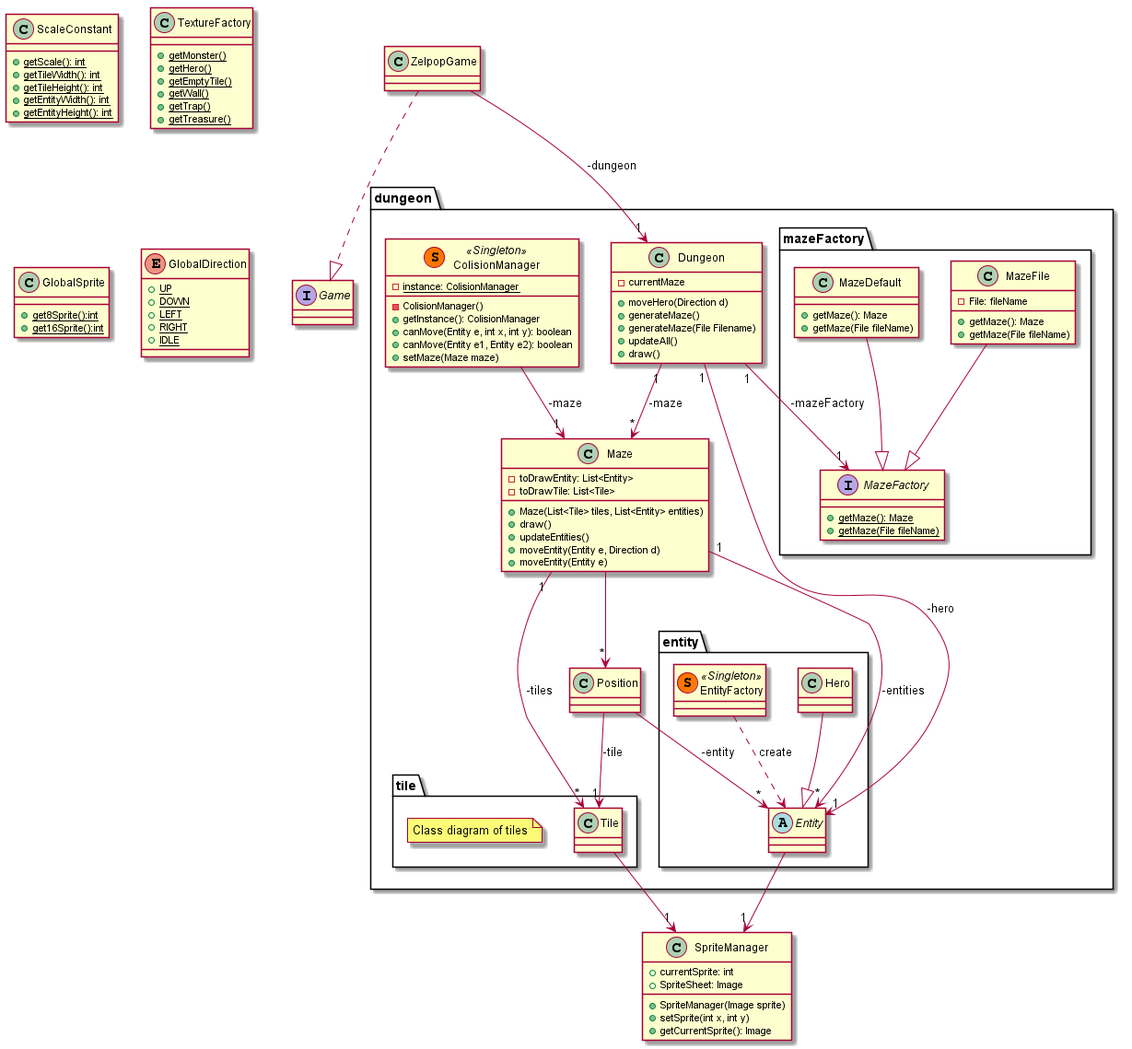
Earlier version of the PlantUML export doc/first_sprint/diagrams/class/global.png (Reynault/ACL_2019_Zelpop).
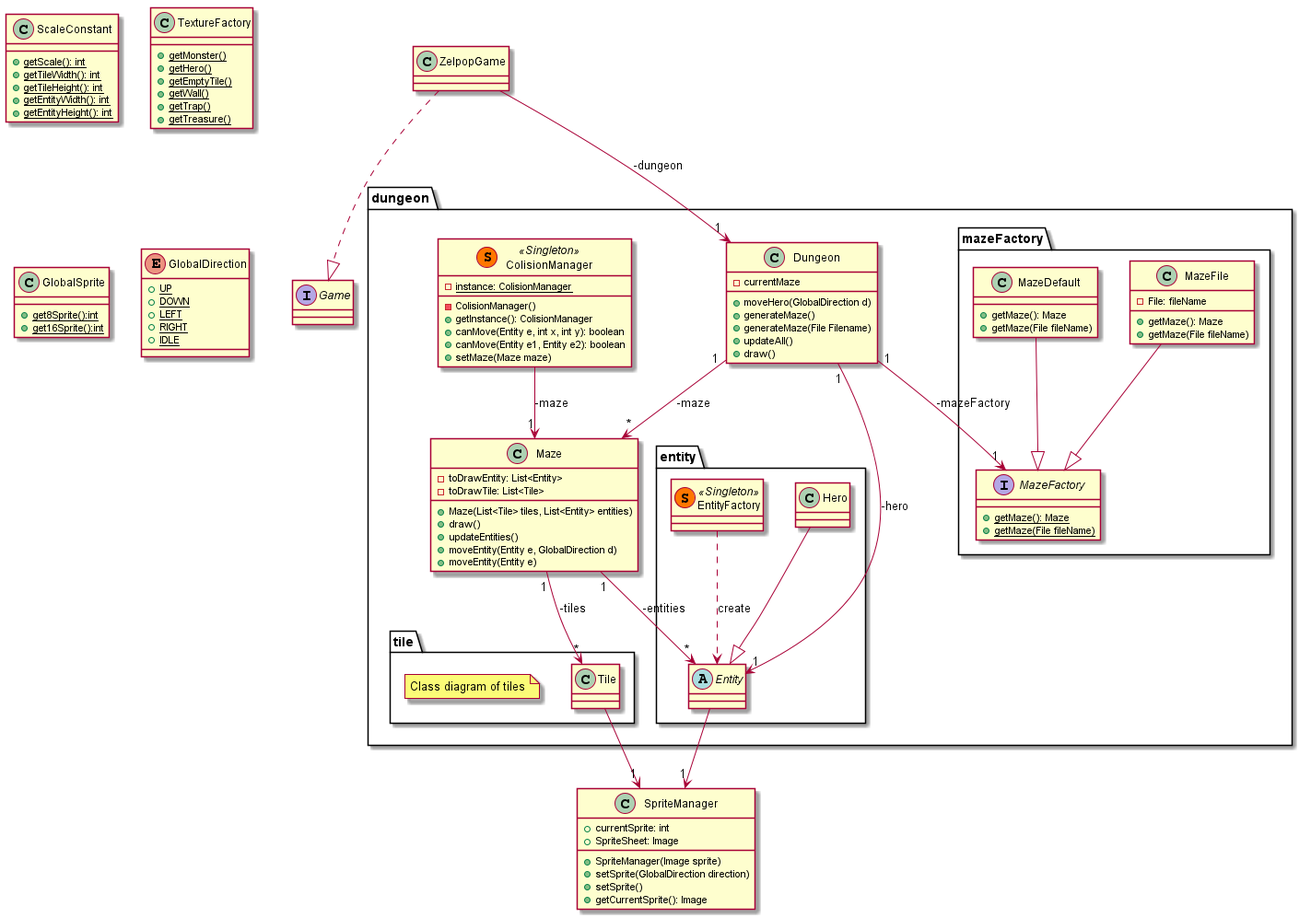
The same file after the commit.

Commit message:
First sprint : update diagrams.

Diff of the diagram source:
```diff
@@ -10,13 +10,9 @@
 
 package dungeon{
 
-    class Position{
-
-    }
-
     class Dungeon{
         - currentMaze
-        + moveHero(Direction d)
+        + moveHero(GlobalDirection d)
         + generateMaze()
         + generateMaze(File Filename)
         + updateAll()
@@ -29,7 +25,7 @@
         + Maze(List<Tile> tiles, List<Entity> entities)
         + draw()
         + updateEntities()
-        + moveEntity(Entity e, Direction d)
+        + moveEntity(Entity e, GlobalDirection d)
         + moveEntity(Entity e)
     }
 
@@ -113,7 +109,8 @@
     + currentSprite: int
     + SpriteSheet: Image
     + SpriteManager(Image sprite)
-    + setSprite(int x, int y)
+    + setSprite(GlobalDirection direction)
+    + setSprite()
     + getCurrentSprite(): Image
 }
 
@@ -135,7 +132,6 @@
 Dungeon "1" --> "1" MazeFactory: -mazeFactory
 Maze "1" --> "*" Tile: -tiles
 Maze "1" --> "*" Entity: -entities
-Maze --> "*" Position
 
 EntityFactory ..> Entity : create
 
@@ -150,7 +146,5 @@
 Tile --> "1" SpriteManager
 Entity --> "1" SpriteManager
 
-Position --> "1" Tile: -tile
-Position --> "*" Entity: -entity
 
 @enduml
```
